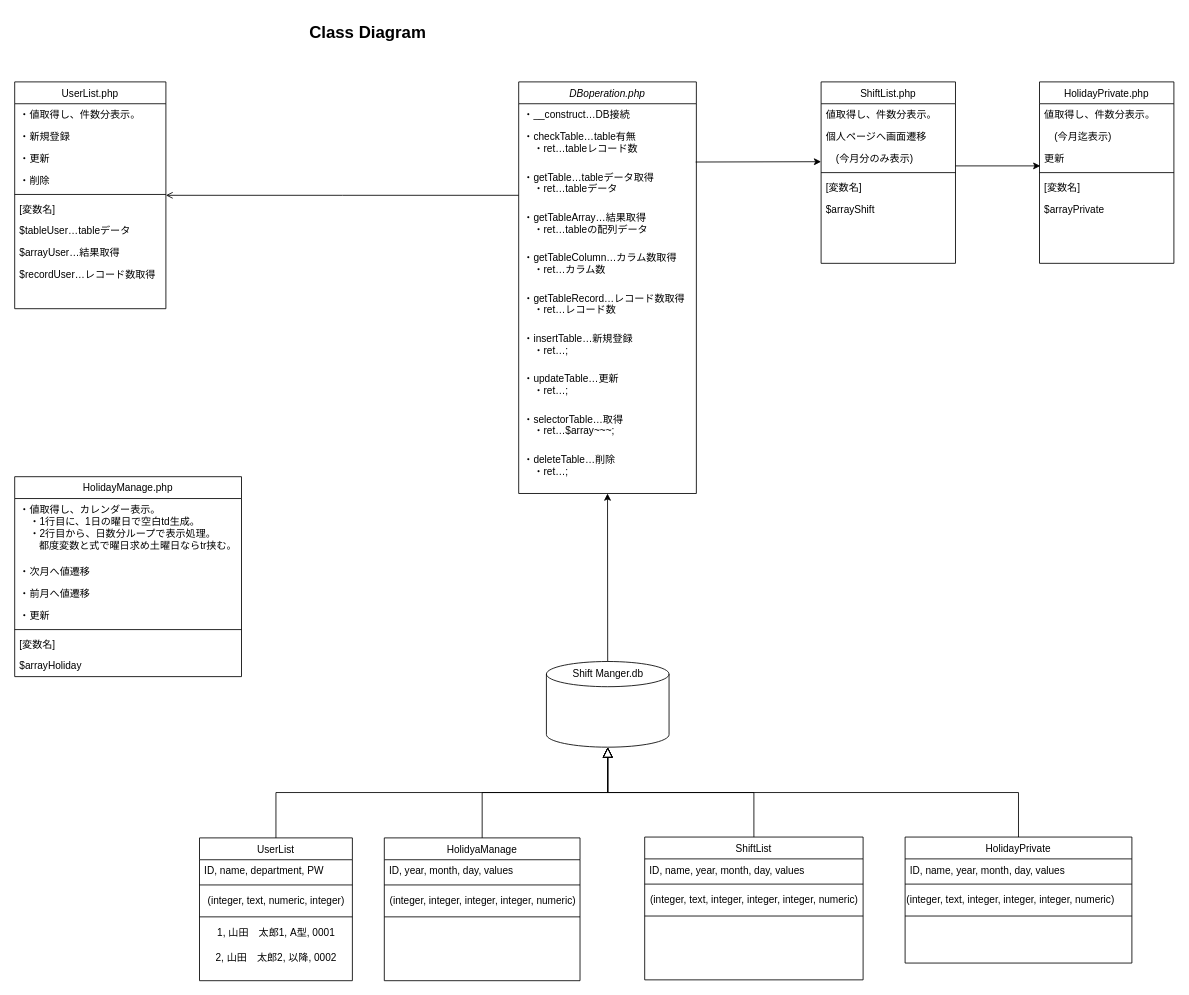
Above: Class Diagram.drawio in koji79/koji79 (draw.io), before the change. Source tidied: cells renumbered, new cells numbered last; positions are measured from the earlier drawing's top-left corner, leaving out a move shared by most shapes. Both pictures are drawn from the tidied source at 84%, with x=0, y=0 at pixel (14, 14).
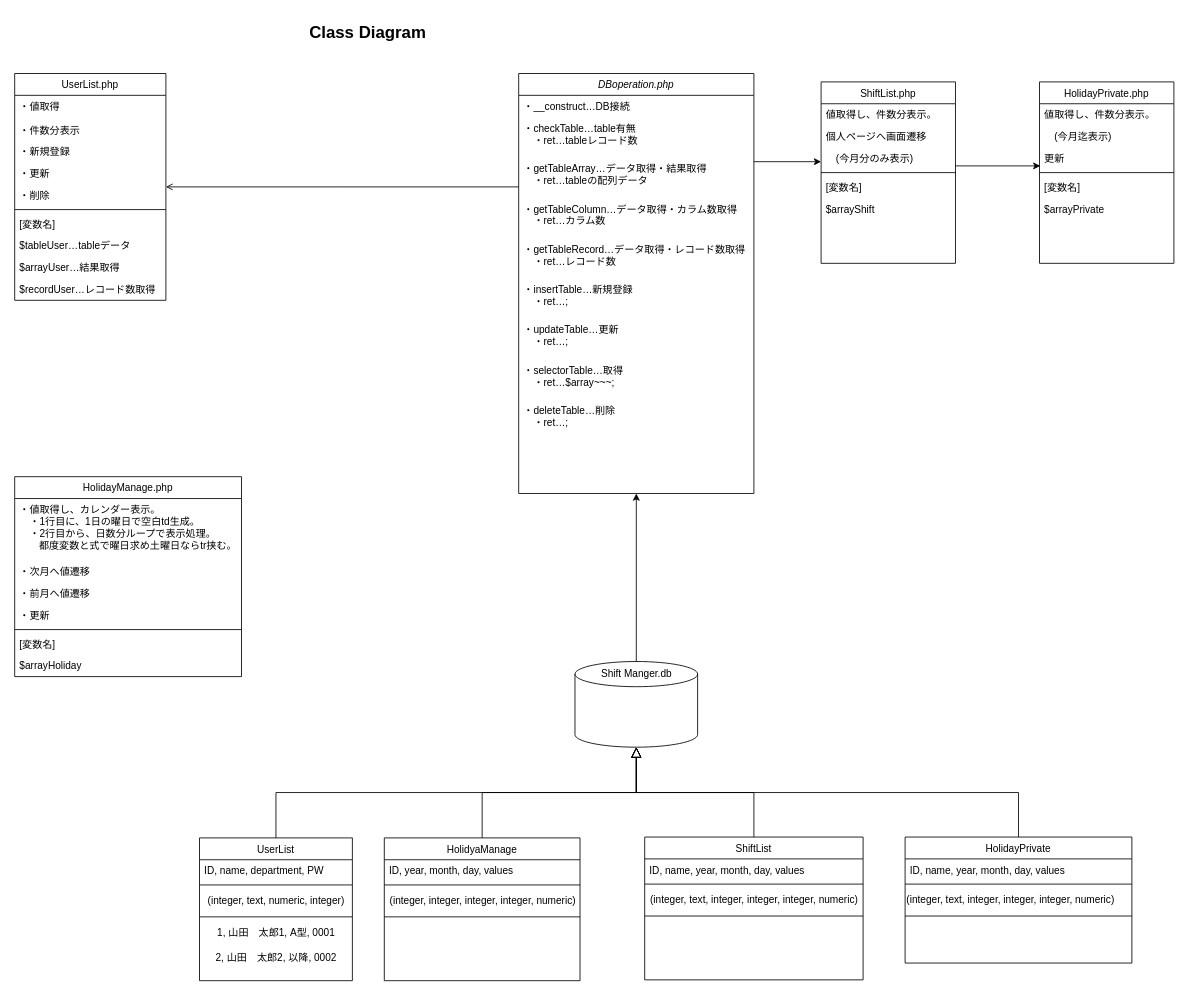
Above is the later version.

Commit message:
Class Diagram.drawio を更新します

What changed in the source:
```diff
@@
     <mxCell id="2" value="DBoperation.php" style="swimlane;fontStyle=2;align=center;verticalAlign=top;horizontal=1;startSize=26;rounded=0;shadow=0;strokeWidth=1;" parent="1" vertex="1">
-      <mxGeometry x="600" y="80" width="211.5" height="490" as="geometry" />
+      <mxGeometry x="600" y="70" width="280" height="500" as="geometry" />
     </mxCell>
     <mxCell id="3" value="・__construct…DB接続" style="text;align=left;verticalAlign=top;spacingLeft=4;spacingRight=4;overflow=hidden;" parent="2" vertex="1">
-      <mxGeometry y="26" width="211.5" height="26" as="geometry" />
+      <mxGeometry y="26" width="280" height="26" as="geometry" />
     </mxCell>
     <mxCell id="4" value="・checkTable…table有無&#10;　・ret…tableレコード数" style="text;align=left;verticalAlign=top;spacingLeft=4;spacingRight=4;overflow=hidden;points=[[0,0.5],[1,0.5]];portConstraint=eastwest;rounded=0;shadow=0;html=0;" parent="2" vertex="1">
-      <mxGeometry y="52" width="211.5" height="48" as="geometry" />
+      <mxGeometry y="52" width="280" height="48" as="geometry" />
     </mxCell>
-    <mxCell id="5" value="・getTable…tableデータ取得&#10;　・ret…tableデータ&#10;" style="text;align=left;verticalAlign=top;spacingLeft=4;spacingRight=4;overflow=hidden;rounded=0;shadow=0;html=0;" parent="2" vertex="1">
-      <mxGeometry y="100" width="211.5" height="48" as="geometry" />
-    </mxCell>
-    <mxCell id="6" value="・getTableArray…結果取得&#10;　・ret…tableの配列データ&#10;" style="text;align=left;verticalAlign=top;spacingLeft=4;spacingRight=4;overflow=hidden;points=[[0,0.5],[1,0.5]];portConstraint=eastwest;rounded=0;shadow=0;html=0;" parent="2" vertex="1">
-      <mxGeometry y="148" width="211.5" height="48" as="geometry" />
+    <mxCell id="6" value="・getTableArray…データ取得・結果取得&#10;　・ret…tableの配列データ&#10;" style="text;align=left;verticalAlign=top;spacingLeft=4;spacingRight=4;overflow=hidden;points=[[0,0.5],[1,0.5]];portConstraint=eastwest;rounded=0;shadow=0;html=0;" parent="2" vertex="1">
+      <mxGeometry y="100" width="280" height="48" as="geometry" />
     </mxCell>
-    <mxCell id="7" value="・getTableColumn…カラム数取得&#10;　・ret…カラム数&#10;" style="text;align=left;verticalAlign=top;spacingLeft=4;spacingRight=4;overflow=hidden;rounded=0;shadow=0;html=0;" parent="2" vertex="1">
-      <mxGeometry y="196" width="211.5" height="48" as="geometry" />
+    <mxCell id="7" value="・getTableColumn…データ取得・カラム数取得&#10;　・ret…カラム数&#10;" style="text;align=left;verticalAlign=top;spacingLeft=4;spacingRight=4;overflow=hidden;rounded=0;shadow=0;html=0;" parent="2" vertex="1">
+      <mxGeometry y="148" width="280" height="48" as="geometry" />
     </mxCell>
-    <mxCell id="8" value="・getTableRecord…レコード数取得&#10;　・ret…レコード数&#10;" style="text;align=left;verticalAlign=top;spacingLeft=4;spacingRight=4;overflow=hidden;rounded=0;shadow=0;html=0;" parent="2" vertex="1">
-      <mxGeometry y="244" width="211.5" height="48" as="geometry" />
+    <mxCell id="8" value="・getTableRecord…データ取得・レコード数取得&#10;　・ret…レコード数&#10;" style="text;align=left;verticalAlign=top;spacingLeft=4;spacingRight=4;overflow=hidden;rounded=0;shadow=0;html=0;" parent="2" vertex="1">
+      <mxGeometry y="196" width="280" height="48" as="geometry" />
     </mxCell>
     <mxCell id="9" value="・insertTable…新規登録&#10;　・ret…;&#10;" style="text;align=left;verticalAlign=top;spacingLeft=4;spacingRight=4;overflow=hidden;rounded=0;shadow=0;html=0;" parent="2" vertex="1">
-      <mxGeometry y="292" width="211.5" height="48" as="geometry" />
+      <mxGeometry y="244" width="280" height="48" as="geometry" />
     </mxCell>
     <mxCell id="10" value="・updateTable…更新&#10;　・ret…;&#10;" style="text;align=left;verticalAlign=top;spacingLeft=4;spacingRight=4;overflow=hidden;rounded=0;shadow=0;html=0;" parent="2" vertex="1">
-      <mxGeometry y="340" width="211.5" height="48" as="geometry" />
+      <mxGeometry y="292" width="280" height="48" as="geometry" />
     </mxCell>
     <mxCell id="11" value="・selectorTable…取得&#10;　・ret…$array~~~;&#10;" style="text;align=left;verticalAlign=top;spacingLeft=4;spacingRight=4;overflow=hidden;rounded=0;shadow=0;html=0;" parent="2" vertex="1">
-      <mxGeometry y="388" width="211.5" height="48" as="geometry" />
+      <mxGeometry y="340" width="280" height="48" as="geometry" />
     </mxCell>
     <mxCell id="12" value="・deleteTable…削除&#10;　・ret…;&#10;" style="text;align=left;verticalAlign=top;spacingLeft=4;spacingRight=4;overflow=hidden;rounded=0;shadow=0;html=0;" parent="2" vertex="1">
-      <mxGeometry y="436" width="211.5" height="48" as="geometry" />
+      <mxGeometry y="388" width="280" height="48" as="geometry" />
     </mxCell>
@@
     <mxCell id="21" value="UserList.php" style="swimlane;fontStyle=0;align=center;verticalAlign=top;horizontal=1;startSize=26;rounded=0;shadow=0;strokeWidth=1;" parent="1" vertex="1">
-      <mxGeometry y="80" width="180" height="270" as="geometry" />
+      <mxGeometry y="70" width="180" height="270" as="geometry" />
     </mxCell>
-    <mxCell id="22" value="・値取得し、件数分表示。" style="text;align=left;verticalAlign=top;spacingLeft=4;spacingRight=4;overflow=hidden;" parent="21" vertex="1">
-      <mxGeometry y="26" width="180" height="26" as="geometry" />
+    <mxCell id="22" value="・値取得&#10;&#10;・件数分表示" style="text;align=left;verticalAlign=top;spacingLeft=4;spacingRight=4;overflow=hidden;" parent="21" vertex="1">
+      <mxGeometry y="26" width="180" height="54" as="geometry" />
     </mxCell>
     <mxCell id="23" value="・新規登録" style="text;align=left;verticalAlign=top;spacingLeft=4;spacingRight=4;overflow=hidden;rounded=0;shadow=0;html=0;" parent="21" vertex="1">
-      <mxGeometry y="52" width="180" height="26" as="geometry" />
+      <mxGeometry y="80" width="180" height="26" as="geometry" />
     </mxCell>
     <mxCell id="24" value="・更新" style="text;align=left;verticalAlign=top;spacingLeft=4;spacingRight=4;overflow=hidden;rounded=0;shadow=0;html=0;" parent="21" vertex="1">
-      <mxGeometry y="78" width="180" height="26" as="geometry" />
+      <mxGeometry y="106" width="180" height="26" as="geometry" />
     </mxCell>
     <mxCell id="25" value="・削除" style="text;align=left;verticalAlign=top;spacingLeft=4;spacingRight=4;overflow=hidden;rounded=0;shadow=0;html=0;" parent="21" vertex="1">
-      <mxGeometry y="104" width="180" height="26" as="geometry" />
+      <mxGeometry y="132" width="180" height="26" as="geometry" />
     </mxCell>
     <mxCell id="26" style="line;html=1;strokeWidth=1;align=left;verticalAlign=middle;spacingTop=-1;spacingLeft=3;spacingRight=3;labelPosition=right;" parent="21" vertex="1">
-      <mxGeometry y="130" width="180" height="8" as="geometry" />
+      <mxGeometry y="158" width="180" height="8" as="geometry" />
     </mxCell>
     <mxCell id="27" value="[変数名]" style="text;align=left;verticalAlign=top;spacingLeft=4;spacingRight=4;overflow=hidden;" parent="21" vertex="1">
-      <mxGeometry y="138" width="180" height="26" as="geometry" />
+      <mxGeometry y="166" width="180" height="26" as="geometry" />
     </mxCell>
     <mxCell id="28" value="$tableUser…tableデータ" style="text;align=left;verticalAlign=top;spacingLeft=4;spacingRight=4;overflow=hidden;" parent="21" vertex="1">
-      <mxGeometry y="164" width="180" height="26" as="geometry" />
+      <mxGeometry y="192" width="180" height="26" as="geometry" />
     </mxCell>
     <mxCell id="29" value="$arrayUser…結果取得" style="text;align=left;verticalAlign=top;spacingLeft=4;spacingRight=4;overflow=hidden;" parent="21" vertex="1">
-      <mxGeometry y="190" width="180" height="26" as="geometry" />
+      <mxGeometry y="218" width="180" height="26" as="geometry" />
     </mxCell>
     <mxCell id="30" value="$recordUser…レコード数取得" style="text;align=left;verticalAlign=top;spacingLeft=4;spacingRight=4;overflow=hidden;fontStyle=0;" parent="21" vertex="1">
-      <mxGeometry y="216" width="180" height="26" as="geometry" />
+      <mxGeometry y="244" width="180" height="26" as="geometry" />
     </mxCell>
@@
     <mxCell id="34" style="shape=cylinder3;whiteSpace=wrap;html=1;boundedLbl=1;backgroundOutline=1;size=15;strokeWidth=1;fontSize=20;fontStyle=0;" parent="1" vertex="1">
-      <mxGeometry x="633" y="770" width="146" height="102" as="geometry" />
+      <mxGeometry x="667" y="770" width="146" height="102" as="geometry" />
     </mxCell>
@@
     <mxCell id="36" value="Shift Manger.db" style="text;html=1;align=center;verticalAlign=middle;strokeColor=none;fillColor=none;fontSize=12;fontStyle=0;" parent="1" vertex="1">
-      <mxGeometry x="651" y="770" width="110" height="30" as="geometry" />
+      <mxGeometry x="685" y="770" width="110" height="30" as="geometry" />
     </mxCell>
@@
-    <mxCell id="70" style="endArrow=classic;html=1;rounded=0;fontSize=12;exitX=0.996;exitY=0.904;exitDx=0;exitDy=0;exitPerimeter=0;" parent="1" edge="1" source="4">
+    <mxCell id="70" style="endArrow=classic;html=1;rounded=0;fontSize=12;exitX=1;exitY=0.104;exitDx=0;exitDy=0;exitPerimeter=0;" parent="1" edge="1" source="6">
       <mxGeometry relative="1" as="geometry">
         <mxPoint x="960" y="175" as="targetPoint" />
       </mxGeometry>
     </mxCell>
```
